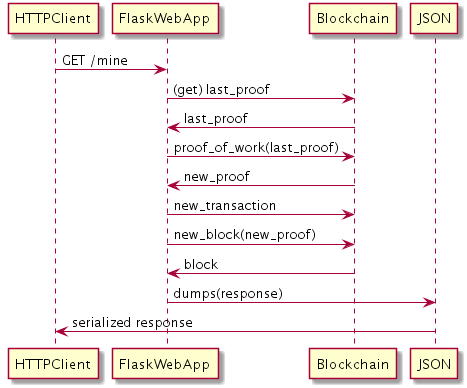
Earlier version of the PlantUML export docs/diagrams/UML_SequenceDiagram_mine.png (tripl3a/blockchain).
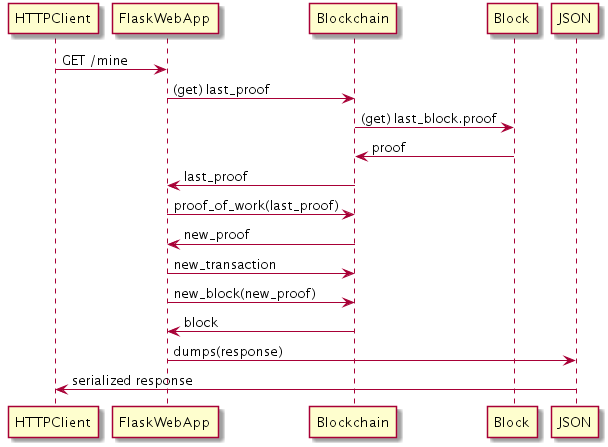
The same file after the commit.

Commit message:
mining sequence updated

What changed in the source:
```diff
@@ -1,6 +1,8 @@
 @startuml
 HTTPClient -> FlaskWebApp: GET /mine
 FlaskWebApp -> Blockchain: (get) last_proof
+Blockchain -> Block: (get) last_block.proof
+Block -> Blockchain: proof
 Blockchain -> FlaskWebApp: last_proof
 FlaskWebApp -> Blockchain: proof_of_work(last_proof)
 Blockchain -> FlaskWebApp: new_proof
```
